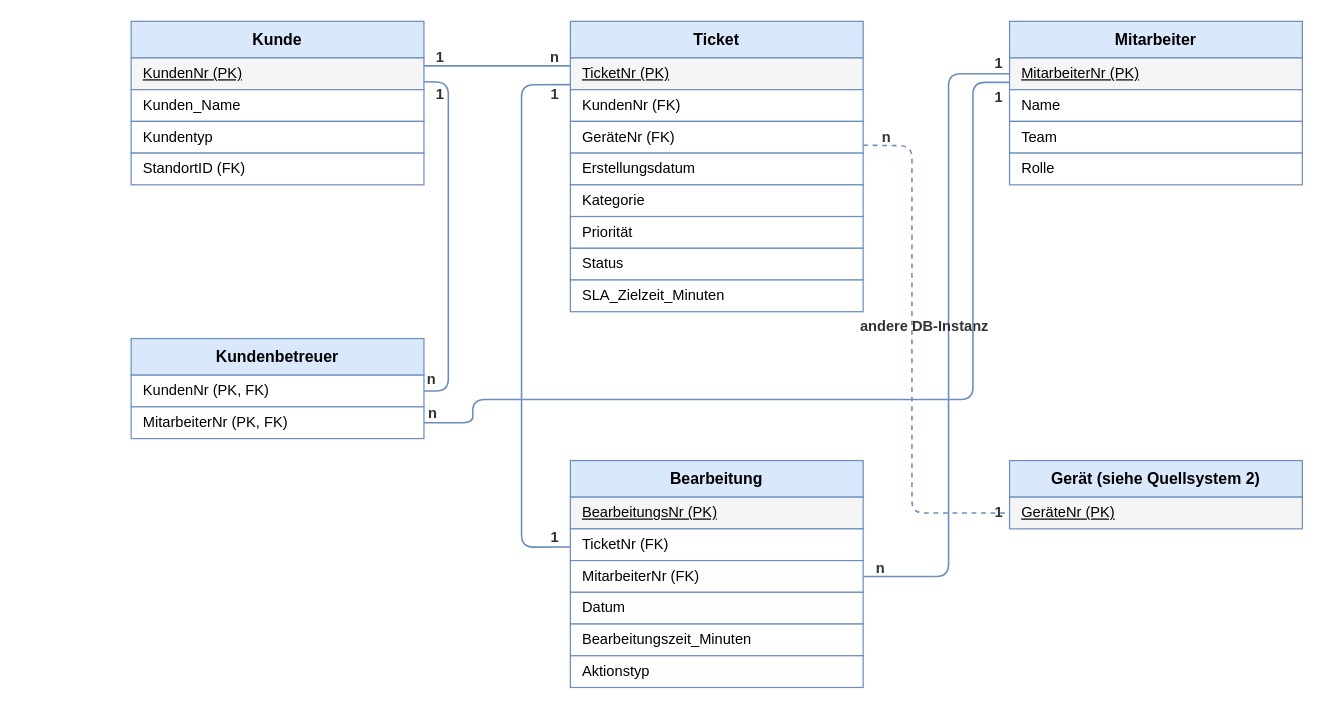
Earlier version of the draw.io diagram page "ERM Quellsystem 1 - Ticketsystem" (1 of 2) of Dokumentation/erm_quellsysteme.drawio (IchbinsTil/DVS). Source tidied: cells renumbered, new cells numbered last; positions are measured from the earlier drawing's top-left corner, leaving out a move shared by most shapes. Both pictures are drawn from the tidied source at 122%, with x=0, y=0 at pixel (131, 21).
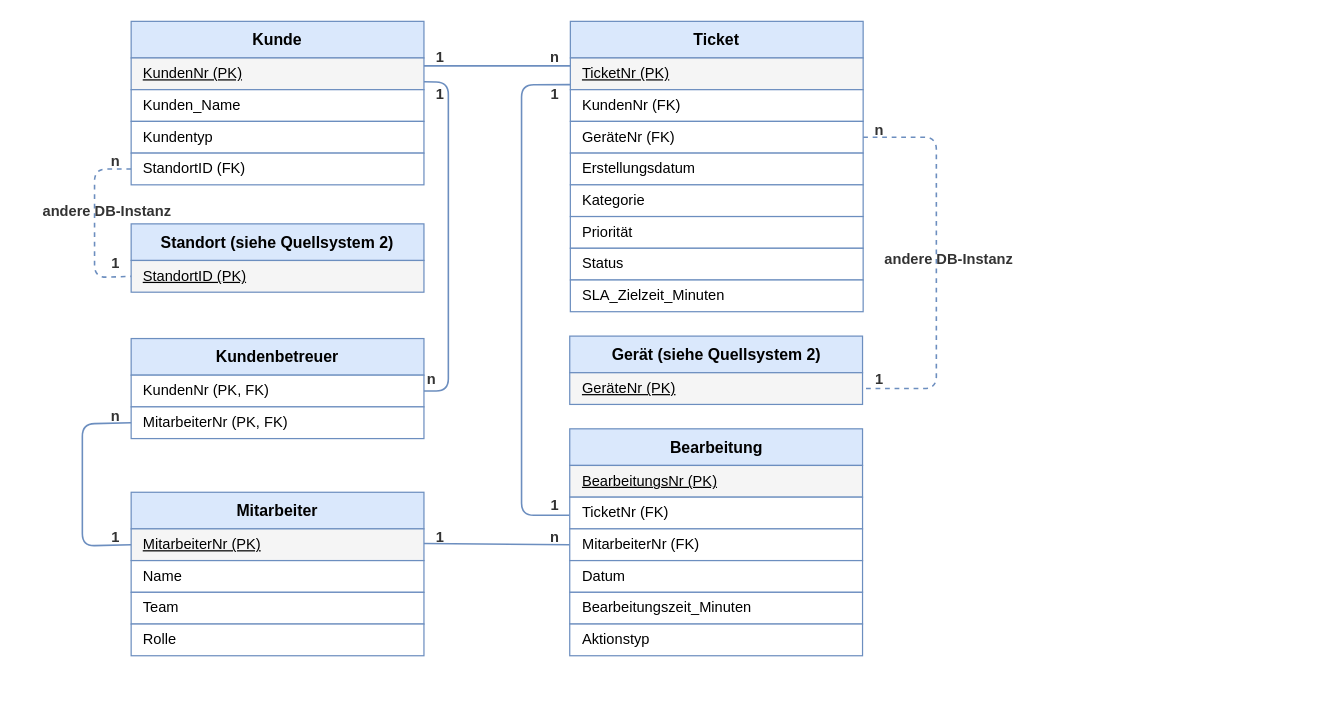
After the change.

The change refers to these unchanged cells:
```xml
<mxCell id="6" value="StandortID (FK)" style="rounded=0;whiteSpace=wrap;html=1;fillColor=#ffffff;strokeColor=#6c8ebf;fontSize=12;align=left;spacingLeft=8;" parent="1" vertex="1">
  <mxGeometry y="108" width="240" height="26" as="geometry" />
</mxCell>
<mxCell id="9" value="MitarbeiterNr (PK, FK)" style="rounded=0;whiteSpace=wrap;html=1;fillColor=#ffffff;strokeColor=#6c8ebf;fontSize=12;align=left;spacingLeft=8;" parent="1" vertex="1">
  <mxGeometry y="316" width="240" height="26" as="geometry" />
</mxCell>
<mxCell id="16" value="TicketNr (PK)" style="rounded=0;whiteSpace=wrap;html=1;fillColor=#f5f5f5;strokeColor=#6c8ebf;fontStyle=4;fontSize=12;align=left;spacingLeft=8;" parent="1" vertex="1">
  <mxGeometry x="360" y="30" width="240" height="26" as="geometry" />
</mxCell>
<mxCell id="18" value="GeräteNr (FK)" style="rounded=0;whiteSpace=wrap;html=1;fillColor=#ffffff;strokeColor=#6c8ebf;fontSize=12;align=left;spacingLeft=8;" parent="1" vertex="1">
  <mxGeometry x="360" y="82" width="240" height="26" as="geometry" />
</mxCell>
```

Diff of the diagram source:
```diff
@@
     <mxCell id="10" value="Mitarbeiter" style="rounded=0;whiteSpace=wrap;html=1;fillColor=#dae8fc;strokeColor=#6c8ebf;fontStyle=1;fontSize=13;align=center;verticalAlign=middle;" parent="1" vertex="1">
-      <mxGeometry x="720" width="240" height="30" as="geometry" />
+      <mxGeometry y="386" width="240" height="30" as="geometry" />
     </mxCell>
     <mxCell id="11" value="MitarbeiterNr (PK)" style="rounded=0;whiteSpace=wrap;html=1;fillColor=#f5f5f5;strokeColor=#6c8ebf;fontStyle=4;fontSize=12;align=left;spacingLeft=8;" parent="1" vertex="1">
-      <mxGeometry x="720" y="30" width="240" height="26" as="geometry" />
+      <mxGeometry y="416" width="240" height="26" as="geometry" />
     </mxCell>
     <mxCell id="12" value="Name" style="rounded=0;whiteSpace=wrap;html=1;fillColor=#ffffff;strokeColor=#6c8ebf;fontSize=12;align=left;spacingLeft=8;" parent="1" vertex="1">
-      <mxGeometry x="720" y="56" width="240" height="26" as="geometry" />
+      <mxGeometry y="442" width="240" height="26" as="geometry" />
     </mxCell>
     <mxCell id="13" value="Team" style="rounded=0;whiteSpace=wrap;html=1;fillColor=#ffffff;strokeColor=#6c8ebf;fontSize=12;align=left;spacingLeft=8;" parent="1" vertex="1">
-      <mxGeometry x="720" y="82" width="240" height="26" as="geometry" />
+      <mxGeometry y="468" width="240" height="26" as="geometry" />
     </mxCell>
     <mxCell id="14" value="Rolle" style="rounded=0;whiteSpace=wrap;html=1;fillColor=#ffffff;strokeColor=#6c8ebf;fontSize=12;align=left;spacingLeft=8;" parent="1" vertex="1">
-      <mxGeometry x="720" y="108" width="240" height="26" as="geometry" />
+      <mxGeometry y="494" width="240" height="26" as="geometry" />
     </mxCell>
@@
     <mxCell id="24" value="Bearbeitung" style="rounded=0;whiteSpace=wrap;html=1;fillColor=#dae8fc;strokeColor=#6c8ebf;fontStyle=1;fontSize=13;align=center;verticalAlign=middle;" parent="1" vertex="1">
-      <mxGeometry x="360" y="360" width="240" height="30" as="geometry" />
+      <mxGeometry x="359.5" y="334" width="240" height="30" as="geometry" />
     </mxCell>
     <mxCell id="25" value="BearbeitungsNr (PK)" style="rounded=0;whiteSpace=wrap;html=1;fillColor=#f5f5f5;strokeColor=#6c8ebf;fontStyle=4;fontSize=12;align=left;spacingLeft=8;" parent="1" vertex="1">
-      <mxGeometry x="360" y="390" width="240" height="26" as="geometry" />
+      <mxGeometry x="359.5" y="364" width="240" height="26" as="geometry" />
     </mxCell>
     <mxCell id="26" value="TicketNr (FK)" style="rounded=0;whiteSpace=wrap;html=1;fillColor=#ffffff;strokeColor=#6c8ebf;fontSize=12;align=left;spacingLeft=8;" parent="1" vertex="1">
-      <mxGeometry x="360" y="416" width="240" height="26" as="geometry" />
+      <mxGeometry x="359.5" y="390" width="240" height="26" as="geometry" />
     </mxCell>
     <mxCell id="27" value="MitarbeiterNr (FK)" style="rounded=0;whiteSpace=wrap;html=1;fillColor=#ffffff;strokeColor=#6c8ebf;fontSize=12;align=left;spacingLeft=8;" parent="1" vertex="1">
-      <mxGeometry x="360" y="442" width="240" height="26" as="geometry" />
+      <mxGeometry x="359.5" y="416" width="240" height="26" as="geometry" />
     </mxCell>
     <mxCell id="28" value="Datum" style="rounded=0;whiteSpace=wrap;html=1;fillColor=#ffffff;strokeColor=#6c8ebf;fontSize=12;align=left;spacingLeft=8;" parent="1" vertex="1">
-      <mxGeometry x="360" y="468" width="240" height="26" as="geometry" />
+      <mxGeometry x="359.5" y="442" width="240" height="26" as="geometry" />
     </mxCell>
     <mxCell id="29" value="Bearbeitungszeit_Minuten" style="rounded=0;whiteSpace=wrap;html=1;fillColor=#ffffff;strokeColor=#6c8ebf;fontSize=12;align=left;spacingLeft=8;" parent="1" vertex="1">
-      <mxGeometry x="360" y="494" width="240" height="26" as="geometry" />
+      <mxGeometry x="359.5" y="468" width="240" height="26" as="geometry" />
     </mxCell>
     <mxCell id="30" value="Aktionstyp" style="rounded=0;whiteSpace=wrap;html=1;fillColor=#ffffff;strokeColor=#6c8ebf;fontSize=12;align=left;spacingLeft=8;" parent="1" vertex="1">
-      <mxGeometry x="360" y="520" width="240" height="26" as="geometry" />
+      <mxGeometry x="359.5" y="494" width="240" height="26" as="geometry" />
     </mxCell>
     <mxCell id="31" value="Gerät (siehe Quellsystem 2)" style="rounded=0;whiteSpace=wrap;html=1;fillColor=#dae8fc;strokeColor=#6c8ebf;fontStyle=1;fontSize=13;align=center;verticalAlign=middle;" parent="1" vertex="1">
-      <mxGeometry x="720" y="360" width="240" height="30" as="geometry" />
+      <mxGeometry x="359.5" y="258" width="240" height="30" as="geometry" />
     </mxCell>
     <mxCell id="32" value="GeräteNr (PK)" style="rounded=0;whiteSpace=wrap;html=1;fillColor=#f5f5f5;strokeColor=#6c8ebf;fontStyle=4;fontSize=12;align=left;spacingLeft=8;" parent="1" vertex="1">
-      <mxGeometry x="720" y="390" width="240" height="26" as="geometry" />
+      <mxGeometry x="359.5" y="288" width="240" height="26" as="geometry" />
     </mxCell>
@@
     <mxCell id="39" style="html=1;endArrow=none;startArrow=none;strokeColor=#6c8ebf;strokeWidth=1.3;exitX=0;exitY=0.841;exitDx=0;exitDy=0;exitPerimeter=0;entryX=-0.001;entryY=0.572;entryDx=0;entryDy=0;entryPerimeter=0;" parent="1" edge="1" source="16" target="26">
       <mxGeometry relative="1" as="geometry">
         <Array as="points">
           <mxPoint x="320" y="52" />
-          <mxPoint x="320" y="431" />
+          <mxPoint x="320" y="404.9" />
         </Array>
       </mxGeometry>
     </mxCell>
@@
-    <mxCell id="41" style="html=1;endArrow=none;startArrow=none;strokeColor=#6c8ebf;strokeWidth=1.3;entryX=1;entryY=0.5;entryDx=0;entryDy=0;" parent="1" edge="1" target="27">
-      <mxGeometry relative="1" as="geometry">
-        <mxPoint x="720" y="43" as="sourcePoint" />
-        <Array as="points">
-          <mxPoint x="670" y="43" />
-          <mxPoint x="670" y="455" />
-        </Array>
-      </mxGeometry>
+    <mxCell id="41" style="html=1;endArrow=none;startArrow=none;strokeColor=#6c8ebf;strokeWidth=1.3;entryX=0;entryY=0.5;entryDx=0;entryDy=0;exitX=0;exitY=0.75;exitDx=0;exitDy=0;" parent="1" edge="1" source="50" target="27">
+      <mxGeometry relative="1" as="geometry" />
     </mxCell>
     <mxCell id="42" value="n" style="text;html=1;align=center;verticalAlign=middle;fontSize=12;fontStyle=1;fontColor=#333333;" parent="1" vertex="1">
-      <mxGeometry x="601" y="439" width="26" height="20" as="geometry" />
+      <mxGeometry x="334" y="413" width="26" height="20" as="geometry" />
     </mxCell>
-    <mxCell id="43" style="html=1;endArrow=none;startArrow=none;strokeColor=#6c8ebf;strokeWidth=1.3;dashed=1;exitX=1;exitY=0.75;exitDx=0;exitDy=0;entryX=0;entryY=0.5;entryDx=0;entryDy=0;" parent="1" edge="1" source="18" target="32">
+    <mxCell id="43" style="html=1;endArrow=none;startArrow=none;strokeColor=#6c8ebf;strokeWidth=1.3;dashed=1;exitX=1;exitY=0.5;exitDx=0;exitDy=0;entryX=1;entryY=0.5;entryDx=0;entryDy=0;" parent="1" edge="1" source="18" target="32">
       <mxGeometry relative="1" as="geometry">
         <Array as="points">
-          <mxPoint x="640" y="102" />
-          <mxPoint x="640" y="403" />
+          <mxPoint x="660" y="95" />
+          <mxPoint x="660" y="230" />
+          <mxPoint x="660" y="301" />
         </Array>
       </mxGeometry>
     </mxCell>
     <mxCell id="44" value="n" style="text;html=1;align=center;verticalAlign=middle;fontSize=12;fontStyle=1;fontColor=#333333;" parent="1" vertex="1">
-      <mxGeometry x="606" y="85" width="26" height="20" as="geometry" />
+      <mxGeometry x="600" y="80" width="26" height="20" as="geometry" />
     </mxCell>
     <mxCell id="45" value="1" style="text;html=1;align=center;verticalAlign=middle;fontSize=12;fontStyle=1;fontColor=#333333;" parent="1" vertex="1">
-      <mxGeometry x="698" y="393" width="26" height="20" as="geometry" />
+      <mxGeometry x="599.5" y="284" width="26" height="20" as="geometry" />
     </mxCell>
     <mxCell id="46" value="andere DB-Instanz" style="text;html=1;align=center;verticalAlign=middle;fontSize=12;fontStyle=1;fontColor=#333333;" parent="1" vertex="1">
-      <mxGeometry x="580" y="240" width="140" height="20" as="geometry" />
+      <mxGeometry x="600" y="185" width="140" height="20" as="geometry" />
     </mxCell>
     <mxCell id="47" value="1" style="text;html=1;align=center;verticalAlign=middle;fontSize=12;fontStyle=1;fontColor=#333333;" parent="1" vertex="1">
-      <mxGeometry x="334" y="413" width="26" height="20" as="geometry" />
+      <mxGeometry x="333.5" y="387" width="26" height="20" as="geometry" />
     </mxCell>
     <mxCell id="48" value="1" style="text;html=1;align=center;verticalAlign=middle;fontSize=12;fontStyle=1;fontColor=#333333;" parent="1" vertex="1">
-      <mxGeometry x="698" y="25" width="26" height="20" as="geometry" />
+      <mxGeometry x="-26" y="413" width="26" height="20" as="geometry" />
     </mxCell>
-    <mxCell id="49" style="html=1;endArrow=none;startArrow=none;strokeColor=#6c8ebf;strokeWidth=1.3;entryX=1;entryY=0.5;entryDx=0;entryDy=0;" parent="1" edge="1" target="9">
+    <mxCell id="49" style="html=1;endArrow=none;startArrow=none;strokeColor=#6c8ebf;strokeWidth=1.3;entryX=0;entryY=0.5;entryDx=0;entryDy=0;exitX=0;exitY=0.5;exitDx=0;exitDy=0;" parent="1" edge="1" source="11" target="9">
       <mxGeometry relative="1" as="geometry">
-        <mxPoint x="720" y="50" as="sourcePoint" />
         <Array as="points">
-          <mxPoint x="690" y="50" />
-          <mxPoint x="690" y="310" />
-          <mxPoint x="280" y="310" />
-          <mxPoint x="280" y="329" />
+          <mxPoint x="-40" y="430" />
+          <mxPoint x="-40" y="370" />
+          <mxPoint x="-40" y="330" />
         </Array>
       </mxGeometry>
     </mxCell>
     <mxCell id="50" value="1" style="text;html=1;align=center;verticalAlign=middle;fontSize=12;fontStyle=1;fontColor=#333333;" parent="1" vertex="1">
-      <mxGeometry x="698" y="53" width="26" height="20" as="geometry" />
+      <mxGeometry x="240" y="413" width="26" height="20" as="geometry" />
     </mxCell>
     <mxCell id="51" value="n" style="text;html=1;align=center;verticalAlign=middle;fontSize=12;fontStyle=1;fontColor=#333333;" parent="1" vertex="1">
-      <mxGeometry x="234" y="312" width="26" height="20" as="geometry" />
+      <mxGeometry x="-26" y="314" width="26" height="20" as="geometry" />
     </mxCell>
+    <mxCell id="52" value="Standort (siehe Quellsystem 2)" style="rounded=0;whiteSpace=wrap;html=1;fillColor=#dae8fc;strokeColor=#6c8ebf;fontStyle=1;fontSize=13;align=center;verticalAlign=middle;" parent="1" vertex="1">
+      <mxGeometry y="166" width="240" height="30" as="geometry" />
+    </mxCell>
+    <mxCell id="53" value="StandortID (PK)" style="rounded=0;whiteSpace=wrap;html=1;fillColor=#f5f5f5;strokeColor=#6c8ebf;fontStyle=4;fontSize=12;align=left;spacingLeft=8;" parent="1" vertex="1">
+      <mxGeometry y="196" width="240" height="26" as="geometry" />
+    </mxCell>
+    <mxCell id="54" value="1" style="text;html=1;align=center;verticalAlign=middle;fontSize=12;fontStyle=1;fontColor=#333333;" parent="1" vertex="1">
+      <mxGeometry x="-26" y="189" width="26" height="20" as="geometry" />
+    </mxCell>
+    <mxCell id="55" style="html=1;endArrow=none;startArrow=none;strokeColor=#6c8ebf;strokeWidth=1.3;dashed=1;entryX=0;entryY=0.5;entryDx=0;entryDy=0;exitX=0;exitY=0.5;exitDx=0;exitDy=0;" parent="1" edge="1" source="6" target="53">
+      <mxGeometry relative="1" as="geometry">
+        <Array as="points">
+          <mxPoint x="-30" y="121" />
+          <mxPoint x="-30" y="210" />
+        </Array>
+      </mxGeometry>
+    </mxCell>
+    <mxCell id="56" value="andere DB-Instanz" style="text;html=1;align=center;verticalAlign=middle;fontSize=12;fontStyle=1;fontColor=#333333;" parent="1" vertex="1">
+      <mxGeometry x="-90" y="146" width="140" height="20" as="geometry" />
+    </mxCell>
+    <mxCell id="57" value="n" style="text;html=1;align=center;verticalAlign=middle;fontSize=12;fontStyle=1;fontColor=#333333;" parent="1" vertex="1">
+      <mxGeometry x="-26" y="105" width="26" height="20" as="geometry" />
+    </mxCell>
```
